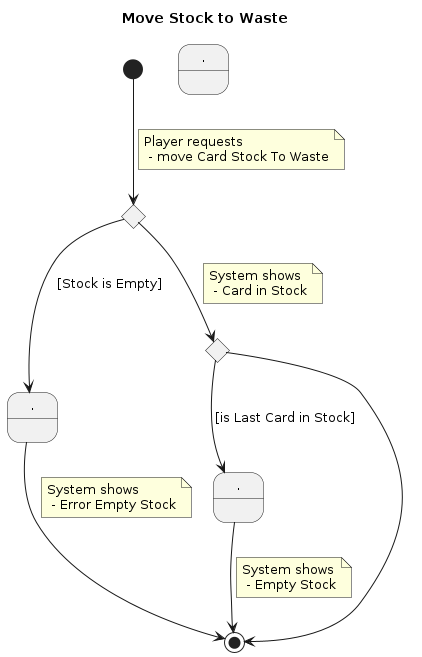
Before: 02-requisitos/specifications/MoveStockToWaste.png, a diagram exported from PlantUML (marinasayols/MDWP1RUP-Klondike). The source it was exported from:
```plantuml
@startuml
title Move Stock to Waste

state "." as s1
state "." as s2
state "." as s3

state c1 <<choice>>
state c2 <<choice>>

[*] --> c1
note on link
	Player requests
	 - move Card Stock To Waste
end note
c1 --> c2
note on link
	System shows
	 - Card in Stock
end note
c1 --> s1 : [Stock is Empty]
s1 --> [*]
note on link
	System shows
	 - Error Empty Stock
end note
c2 --> [*]
c2 --> s3 : [is Last Card in Stock]
s3 --> [*]
note on link
	System shows
	 - Empty Stock
end note
@enduml
```
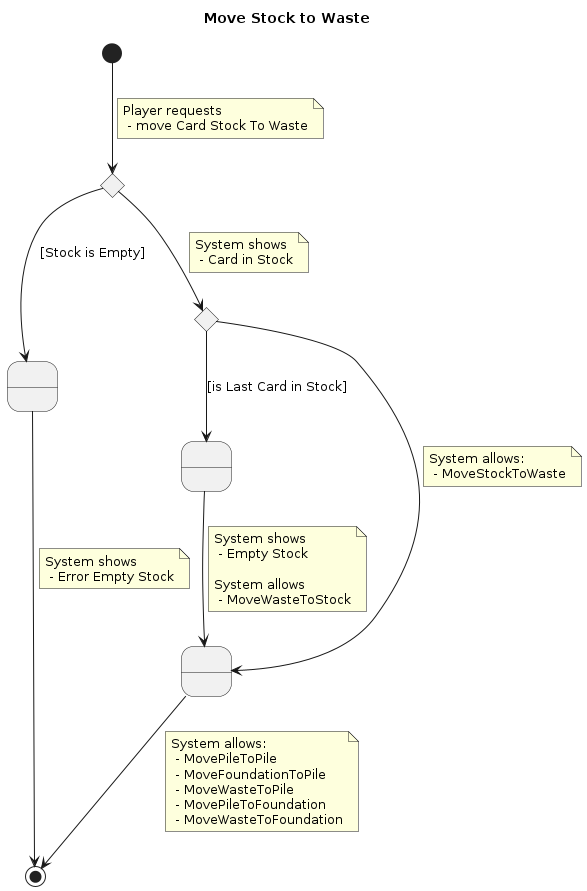
The same file after the commit.

Commit message:
Update MoveStockToWaste & change startGame -> newGame

What changed in the source:
```diff
@@ -1,9 +1,9 @@
 @startuml
 title Move Stock to Waste
 
-state "." as s1
-state "." as s2
-state "." as s3
+state " " as s1
+state " " as s2
+state " " as s3
 
 state c1 <<choice>>
 state c2 <<choice>>
@@ -24,11 +24,28 @@
 	System shows
 	 - Error Empty Stock
 end note
-c2 --> [*]
-c2 --> s3 : [is Last Card in Stock]
-s3 --> [*]
+c2 --> s3
+note on link
+	System allows:
+	 - MoveStockToWaste
+end note
+c2 --> s2 : [is Last Card in Stock]
+s2 --> s3
 note on link
 	System shows
 	 - Empty Stock
+
+	System allows
+	 - MoveWasteToStock
+end note
+
+s3 --> [*]
+note on link
+	System allows:
+	 - MovePileToPile
+	 - MoveFoundationToPile
+	 - MoveWasteToPile
+	 - MovePileToFoundation
+	 - MoveWasteToFoundation
 end note
 @enduml
```
